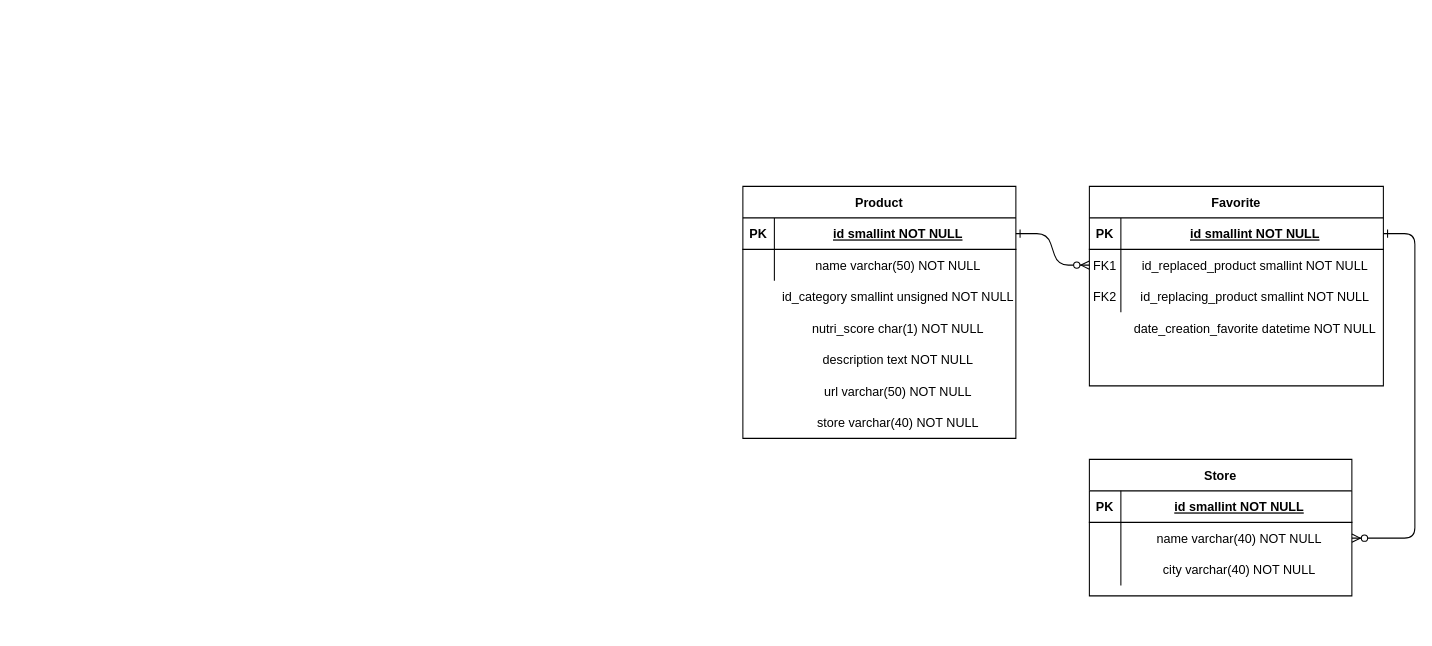
Before: Modèle EA BDD.drawio in vicsim181/Pur_Beurre, a draw.io diagram. Source tidied: cells renumbered, new cells numbered last; positions are measured from the earlier drawing's top-left corner, leaving out a move shared by most shapes. Both pictures are drawn from the tidied source at 105%, with x=0, y=0 at pixel (742, 186).
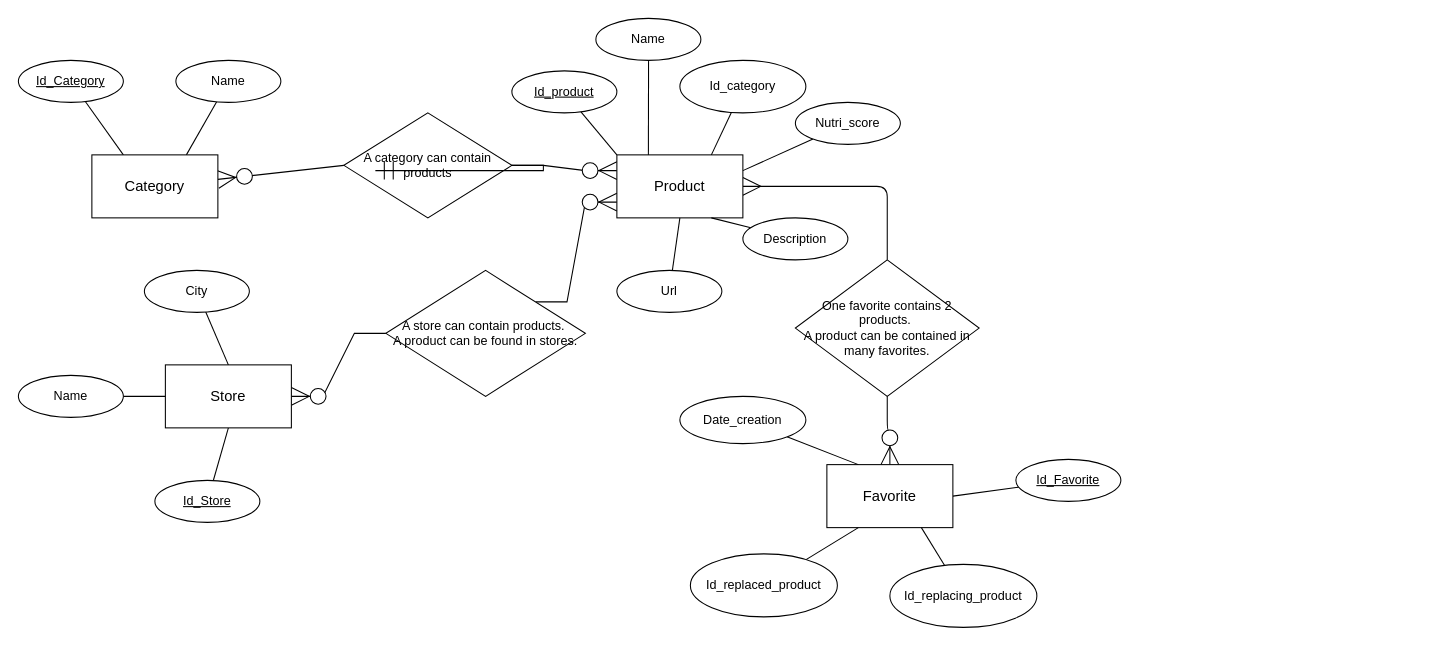
Above is the later version.

What changed in the source:
```diff
@@
-    <mxCell id="2" style="edgeStyle=entityRelationEdgeStyle;endArrow=ERzeroToMany;startArrow=ERone;endFill=1;startFill=0;" parent="1" edge="1" source="18" target="8">
+    <mxCell id="2" style="edgeStyle=orthogonalEdgeStyle;endArrow=ERzeroToMany;startArrow=none;endFill=1;startFill=0;strokeWidth=1;endSize=15;startSize=15;exitX=0.5;exitY=1;exitDx=0;exitDy=0;entryX=0.5;entryY=0;entryDx=0;entryDy=0;" parent="1" edge="1" source="39" target="4">
       <mxGeometry relative="1" as="geometry" />
     </mxCell>
-    <mxCell id="3" style="edgeStyle=entityRelationEdgeStyle;endArrow=ERzeroToMany;startArrow=ERone;endFill=1;startFill=0;" parent="1" edge="1" source="5" target="30">
-      <mxGeometry relative="1" as="geometry" />
-    </mxCell>
+    <mxCell id="37" style="edgeStyle=entityRelationEdgeStyle;rounded=0;jettySize=auto;html=1;entryX=0;entryY=0.75;entryDx=0;entryDy=0;startArrow=none;startFill=0;startSize=15;endArrow=ERzeroToMany;endFill=1;endSize=15;strokeWidth=1;exitX=1;exitY=0;exitDx=0;exitDy=0;" parent="1" edge="1" source="41" target="17">
+      <mxGeometry relative="1" as="geometry" />
+    </mxCell>
+    <mxCell id="38" style="edgeStyle=entityRelationEdgeStyle;rounded=0;jettySize=auto;html=1;startArrow=none;startFill=0;startSize=15;endArrow=ERzeroToMany;endFill=1;endSize=15;strokeWidth=1;exitX=1;exitY=0.5;exitDx=0;exitDy=0;entryX=0;entryY=0.25;entryDx=0;entryDy=0;" parent="1" edge="1" source="43" target="17">
+      <mxGeometry relative="1" as="geometry" />
+    </mxCell>
+    <mxCell id="39" value="One favorite contains 2 products.&amp;nbsp;&lt;br&gt;A product can be contained in many favorites." style="shape=rhombus;perimeter=rhombusPerimeter;whiteSpace=wrap;html=1;align=center;" parent="1" vertex="1">
+      <mxGeometry x="50" y="70" width="175" height="130" as="geometry" />
+    </mxCell>
+    <mxCell id="40" style="endArrow=none;startArrow=ERmany;endFill=0;startFill=0;strokeWidth=1;endSize=15;startSize=15;entryX=0.5;entryY=0;entryDx=0;entryDy=0;edgeStyle=orthogonalEdgeStyle;" parent="1" edge="1" source="17" target="39">
+      <mxGeometry relative="1" as="geometry" />
+    </mxCell>
+    <mxCell id="41" value="A store can contain products.&amp;nbsp;&lt;br&gt;A product can be found in stores." style="shape=rhombus;perimeter=rhombusPerimeter;whiteSpace=wrap;html=1;align=center;" parent="1" vertex="1">
+      <mxGeometry x="-340" y="80" width="190" height="120" as="geometry" />
+    </mxCell>
+    <mxCell id="42" style="rounded=0;jettySize=auto;html=1;entryX=0;entryY=0.5;entryDx=0;entryDy=0;startArrow=ERzeroToMany;startFill=1;startSize=15;endArrow=none;endFill=0;endSize=15;strokeWidth=1;edgeStyle=entityRelationEdgeStyle;" parent="1" edge="1" source="26" target="41">
+      <mxGeometry relative="1" as="geometry" />
+    </mxCell>
+    <mxCell id="43" value="A category can contain products" style="shape=rhombus;perimeter=rhombusPerimeter;whiteSpace=wrap;html=1;align=center;" parent="1" vertex="1">
+      <mxGeometry x="-380" y="-70" width="160" height="100" as="geometry" />
+    </mxCell>
+    <mxCell id="44" style="edgeStyle=entityRelationEdgeStyle;rounded=0;jettySize=auto;html=1;startArrow=ERmandOne;startFill=0;startSize=15;endArrow=none;endFill=0;endSize=15;strokeWidth=1;exitX=1;exitY=0.5;exitDx=0;exitDy=0;" parent="1" edge="1" target="43">
+      <mxGeometry relative="1" as="geometry">
+        <mxPoint x="-350" y="-15" as="sourcePoint" />
+      </mxGeometry>
+    </mxCell>
+    <mxCell id="45" style="edgeStyle=none;rounded=0;jettySize=auto;html=1;entryX=1;entryY=0.5;entryDx=0;entryDy=0;startArrow=none;startFill=0;startSize=15;endArrow=none;endFill=0;endSize=15;strokeWidth=1;fontSize=14;" parent="1" edge="1" source="46" target="4">
+      <mxGeometry relative="1" as="geometry" />
+    </mxCell>
+    <mxCell id="46" value="Id_Favorite" style="ellipse;whiteSpace=wrap;html=1;align=center;fontStyle=4;" parent="1" vertex="1">
+      <mxGeometry x="260" y="260" width="100" height="40" as="geometry" />
+    </mxCell>
+    <mxCell id="47" style="edgeStyle=none;rounded=0;jettySize=auto;html=1;entryX=0;entryY=0;entryDx=0;entryDy=0;startArrow=none;startFill=0;startSize=15;endArrow=none;endFill=0;endSize=15;strokeWidth=1;" parent="1" edge="1" source="48" target="17">
+      <mxGeometry relative="1" as="geometry" />
+    </mxCell>
+    <mxCell id="48" value="Id_product" style="ellipse;whiteSpace=wrap;html=1;align=center;fontStyle=4;" parent="1" vertex="1">
+      <mxGeometry x="-220" y="-110" width="100" height="40" as="geometry" />
+    </mxCell>
+    <mxCell id="49" style="edgeStyle=none;rounded=0;jettySize=auto;html=1;entryX=0.5;entryY=1;entryDx=0;entryDy=0;startArrow=none;startFill=0;startSize=15;endArrow=none;endFill=0;endSize=15;strokeWidth=1;fontSize=14;" parent="1" edge="1" source="50" target="26">
+      <mxGeometry relative="1" as="geometry" />
+    </mxCell>
+    <mxCell id="50" value="Id_Store" style="ellipse;whiteSpace=wrap;html=1;align=center;fontStyle=4;" parent="1" vertex="1">
+      <mxGeometry x="-560" y="280" width="100" height="40" as="geometry" />
+    </mxCell>
+    <mxCell id="51" style="rounded=0;jettySize=auto;html=1;entryX=0.25;entryY=0;entryDx=0;entryDy=0;startArrow=none;startFill=0;startSize=15;endArrow=none;endFill=0;endSize=15;strokeWidth=1;" parent="1" edge="1" source="52" target="56">
+      <mxGeometry relative="1" as="geometry" />
+    </mxCell>
+    <mxCell id="52" value="Id_Category" style="ellipse;whiteSpace=wrap;html=1;align=center;fontStyle=4;" parent="1" vertex="1">
+      <mxGeometry x="-690" y="-120" width="100" height="40" as="geometry" />
+    </mxCell>
+    <mxCell id="53" style="edgeStyle=none;rounded=0;jettySize=auto;html=1;entryX=0.75;entryY=0;entryDx=0;entryDy=0;startArrow=none;startFill=0;startSize=15;endArrow=none;endFill=0;endSize=15;strokeWidth=1;" parent="1" edge="1" source="54" target="56">
+      <mxGeometry relative="1" as="geometry" />
+    </mxCell>
+    <mxCell id="54" value="Name" style="ellipse;whiteSpace=wrap;html=1;align=center;" parent="1" vertex="1">
+      <mxGeometry x="-540" y="-120" width="100" height="40" as="geometry" />
+    </mxCell>
+    <mxCell id="55" style="edgeStyle=none;rounded=0;jettySize=auto;html=1;entryX=0;entryY=0.5;entryDx=0;entryDy=0;startArrow=ERzeroToMany;startFill=1;startSize=15;endArrow=none;endFill=0;endSize=15;strokeWidth=1;fontSize=14;" parent="1" edge="1" source="56" target="43">
+      <mxGeometry relative="1" as="geometry" />
+    </mxCell>
+    <mxCell id="56" value="Category" style="whiteSpace=wrap;html=1;align=center;fontSize=14;" parent="1" vertex="1">
+      <mxGeometry x="-620" y="-30" width="120" height="60" as="geometry" />
+    </mxCell>
+    <mxCell id="26" value="Store" style="whiteSpace=wrap;html=1;align=center;fontSize=14;" parent="1" vertex="1">
+      <mxGeometry x="-550" y="170" width="120" height="60" as="geometry" />
+    </mxCell>
+    <mxCell id="17" value="Product" style="whiteSpace=wrap;html=1;align=center;fontSize=14;" parent="1" vertex="1">
+      <mxGeometry x="-120" y="-30" width="120" height="60" as="geometry" />
+    </mxCell>
-    <mxCell id="4" value="Favorite" style="shape=table;startSize=30;childLayout=tableLayout;rowLines=0;fontStyle=1;align=center;" parent="1" vertex="1">
-      <mxGeometry x="330" width="280" height="190" as="geometry" />
+    <mxCell id="4" value="Favorite" style="whiteSpace=wrap;html=1;align=center;fontSize=14;" parent="1" vertex="1">
+      <mxGeometry x="80" y="265" width="120" height="60" as="geometry" />
     </mxCell>
-    <mxCell id="5" style="shape=partialRectangle;fillColor=none;points=[[0,0.5],[1,0.5]];portConstraint=eastwest;top=0;left=0;right=0;bottom=1;" parent="4" vertex="1">
-      <mxGeometry y="30" width="280" height="30" as="geometry" />
-    </mxCell>
-    <mxCell id="6" value="PK" style="shape=partialRectangle;overflow=hidden;fillColor=none;top=0;left=0;bottom=0;right=0;fontStyle=1;" parent="5" vertex="1">
-      <mxGeometry width="30" height="30" as="geometry" />
-    </mxCell>
-    <mxCell id="7" value="id smallint NOT NULL " style="shape=partialRectangle;overflow=hidden;fillColor=none;top=0;left=0;bottom=0;right=0;align=center;spacingLeft=6;fontStyle=5;" parent="5" vertex="1">
-      <mxGeometry x="30" width="250" height="30" as="geometry" />
-    </mxCell>
-    <mxCell id="8" style="shape=partialRectangle;fillColor=none;points=[[0,0.5],[1,0.5]];portConstraint=eastwest;top=0;left=0;right=0;bottom=0;" parent="4" vertex="1">
-      <mxGeometry y="60" width="280" height="30" as="geometry" />
-    </mxCell>
-    <mxCell id="9" value="FK1" style="shape=partialRectangle;overflow=hidden;fillColor=none;top=0;left=0;bottom=0;right=0;" parent="8" vertex="1">
-      <mxGeometry width="30" height="30" as="geometry" />
-    </mxCell>
-    <mxCell id="10" value="id_replaced_product smallint NOT NULL" style="shape=partialRectangle;overflow=hidden;fillColor=none;top=0;left=0;bottom=0;right=0;align=center;spacingLeft=6;" parent="8" vertex="1">
-      <mxGeometry x="30" width="250" height="30" as="geometry" />
-    </mxCell>
-    <mxCell id="11" style="shape=partialRectangle;fillColor=none;top=0;left=0;right=0;bottom=0;" parent="4" vertex="1">
-      <mxGeometry y="90" width="280" height="30" as="geometry" />
-    </mxCell>
-    <mxCell id="12" value="FK2" style="shape=partialRectangle;overflow=hidden;fillColor=none;top=0;left=0;bottom=0;right=0;" parent="11" vertex="1">
-      <mxGeometry width="30" height="30" as="geometry" />
-    </mxCell>
-    <mxCell id="13" value="id_replacing_product smallint NOT NULL" style="shape=partialRectangle;overflow=hidden;fillColor=none;top=0;left=0;bottom=0;right=0;align=center;spacingLeft=6;" parent="11" vertex="1">
-      <mxGeometry x="30" width="250" height="30" as="geometry" />
-    </mxCell>
-    <mxCell id="14" value="id_category smallint unsigned NOT NULL" style="shape=partialRectangle;overflow=hidden;fillColor=none;top=0;left=0;bottom=0;right=0;align=center;spacingLeft=6;" parent="1" vertex="1">
-      <mxGeometry x="30" y="90" width="230" height="30" as="geometry" />
-    </mxCell>
-    <mxCell id="15" value="nutri_score char(1) NOT NULL" style="shape=partialRectangle;overflow=hidden;fillColor=none;top=0;left=0;bottom=0;right=0;align=center;spacingLeft=6;" parent="1" vertex="1">
-      <mxGeometry x="30" y="120" width="230" height="30" as="geometry" />
-    </mxCell>
-    <mxCell id="16" value="description text NOT NULL" style="shape=partialRectangle;overflow=hidden;fillColor=none;top=0;left=0;bottom=0;right=0;align=center;spacingLeft=6;" parent="1" vertex="1">
-      <mxGeometry x="30" y="150" width="230" height="30" as="geometry" />
-    </mxCell>
-    <mxCell id="17" value="Product" style="shape=table;startSize=30;childLayout=tableLayout;rowLines=0;fontStyle=1;align=center;" parent="1" vertex="1">
-      <mxGeometry width="260" height="240" as="geometry" />
-    </mxCell>
-    <mxCell id="18" style="shape=partialRectangle;fillColor=none;points=[[0,0.5],[1,0.5]];portConstraint=eastwest;top=0;left=0;right=0;bottom=1;" parent="17" vertex="1">
-      <mxGeometry y="30" width="260" height="30" as="geometry" />
-    </mxCell>
-    <mxCell id="19" value="PK" style="shape=partialRectangle;overflow=hidden;fillColor=none;top=0;left=0;bottom=0;right=0;fontStyle=1;" parent="18" vertex="1">
-      <mxGeometry width="30" height="30" as="geometry" />
-    </mxCell>
-    <mxCell id="20" value="id smallint NOT NULL " style="shape=partialRectangle;overflow=hidden;fillColor=none;top=0;left=0;bottom=0;right=0;align=center;spacingLeft=6;fontStyle=5;" parent="18" vertex="1">
-      <mxGeometry x="30" width="230" height="30" as="geometry" />
-    </mxCell>
-    <mxCell id="21" style="shape=partialRectangle;fillColor=none;top=0;left=0;right=0;bottom=0;align=center;" parent="17" vertex="1">
-      <mxGeometry y="60" width="260" height="30" as="geometry" />
-    </mxCell>
-    <mxCell id="22" style="shape=partialRectangle;overflow=hidden;fillColor=none;top=0;left=0;bottom=0;right=0;" parent="21" vertex="1">
-      <mxGeometry width="30" height="30" as="geometry" />
-    </mxCell>
-    <mxCell id="23" value="name varchar(50) NOT NULL" style="shape=partialRectangle;overflow=hidden;fillColor=none;top=0;left=0;bottom=0;right=0;align=center;spacingLeft=6;" parent="21" vertex="1">
-      <mxGeometry x="30" width="230" height="30" as="geometry" />
-    </mxCell>
-    <mxCell id="24" value="url varchar(50) NOT NULL" style="shape=partialRectangle;overflow=hidden;fillColor=none;top=0;left=0;bottom=0;right=0;align=center;spacingLeft=6;" parent="1" vertex="1">
-      <mxGeometry x="30" y="180" width="230" height="30" as="geometry" />
-    </mxCell>
-    <mxCell id="25" value="store varchar(40) NOT NULL" style="shape=partialRectangle;overflow=hidden;fillColor=none;top=0;left=0;bottom=0;right=0;align=center;spacingLeft=6;" parent="1" vertex="1">
-      <mxGeometry x="30" y="210" width="230" height="30" as="geometry" />
-    </mxCell>
-    <mxCell id="26" value="Store" style="shape=table;startSize=30;childLayout=tableLayout;rowLines=0;fontStyle=1;align=center;" parent="1" vertex="1">
-      <mxGeometry x="330" y="260" width="250" height="130" as="geometry" />
-    </mxCell>
-    <mxCell id="27" style="shape=partialRectangle;fillColor=none;top=0;left=0;right=0;bottom=1;" parent="26" vertex="1">
-      <mxGeometry y="30" width="250" height="30" as="geometry" />
-    </mxCell>
-    <mxCell id="28" value="PK" style="shape=partialRectangle;overflow=hidden;fillColor=none;top=0;left=0;bottom=0;right=0;fontStyle=1;" parent="27" vertex="1">
-      <mxGeometry width="30" height="30" as="geometry" />
-    </mxCell>
-    <mxCell id="29" value="id smallint NOT NULL " style="shape=partialRectangle;overflow=hidden;fillColor=none;top=0;left=0;bottom=0;right=0;align=center;spacingLeft=6;fontStyle=5;" parent="27" vertex="1">
-      <mxGeometry x="30" width="220" height="30" as="geometry" />
-    </mxCell>
-    <mxCell id="30" style="shape=partialRectangle;fillColor=none;points=[[0,0.5],[1,0.5]];portConstraint=eastwest;top=0;left=0;right=0;bottom=0;" parent="26" vertex="1">
-      <mxGeometry y="60" width="250" height="30" as="geometry" />
-    </mxCell>
-    <mxCell id="31" style="shape=partialRectangle;overflow=hidden;fillColor=none;top=0;left=0;bottom=0;right=0;" parent="30" vertex="1">
-      <mxGeometry width="30" height="30" as="geometry" />
-    </mxCell>
-    <mxCell id="32" value="name varchar(40) NOT NULL" style="shape=partialRectangle;overflow=hidden;fillColor=none;top=0;left=0;bottom=0;right=0;align=center;spacingLeft=6;" parent="30" vertex="1">
-      <mxGeometry x="30" width="220" height="30" as="geometry" />
-    </mxCell>
-    <mxCell id="33" style="shape=partialRectangle;fillColor=none;top=0;left=0;right=0;bottom=0;" parent="26" vertex="1">
-      <mxGeometry y="90" width="250" height="30" as="geometry" />
-    </mxCell>
-    <mxCell id="34" style="shape=partialRectangle;overflow=hidden;fillColor=none;top=0;left=0;bottom=0;right=0;" parent="33" vertex="1">
-      <mxGeometry width="30" height="30" as="geometry" />
-    </mxCell>
-    <mxCell id="35" value="city varchar(40) NOT NULL" style="shape=partialRectangle;overflow=hidden;fillColor=none;top=0;left=0;bottom=0;right=0;align=center;spacingLeft=6;" parent="33" vertex="1">
-      <mxGeometry x="30" width="220" height="30" as="geometry" />
-    </mxCell>
-    <mxCell id="36" value="date_creation_favorite datetime NOT NULL" style="shape=partialRectangle;overflow=hidden;fillColor=none;top=0;left=0;bottom=0;right=0;align=center;spacingLeft=6;" parent="1" vertex="1">
-      <mxGeometry x="360" y="120" width="250" height="30" as="geometry" />
-    </mxCell>
+    <mxCell id="57" style="edgeStyle=none;rounded=0;jettySize=auto;html=1;startArrow=none;startFill=0;startSize=15;endArrow=none;endFill=0;endSize=15;strokeWidth=1;fontSize=14;entryX=0;entryY=0.5;entryDx=0;entryDy=0;" parent="1" edge="1" source="58" target="26">
+      <mxGeometry relative="1" as="geometry" />
+    </mxCell>
+    <mxCell id="58" value="Name" style="ellipse;whiteSpace=wrap;html=1;align=center;" parent="1" vertex="1">
+      <mxGeometry x="-690" y="180" width="100" height="40" as="geometry" />
+    </mxCell>
+    <mxCell id="59" style="edgeStyle=none;rounded=0;jettySize=auto;html=1;entryX=0.5;entryY=0;entryDx=0;entryDy=0;startArrow=none;startFill=0;startSize=15;endArrow=none;endFill=0;endSize=15;strokeWidth=1;fontSize=14;" parent="1" edge="1" source="60" target="26">
+      <mxGeometry relative="1" as="geometry" />
+    </mxCell>
+    <mxCell id="60" value="City" style="ellipse;whiteSpace=wrap;html=1;align=center;" parent="1" vertex="1">
+      <mxGeometry x="-570" y="80" width="100" height="40" as="geometry" />
+    </mxCell>
+    <mxCell id="61" style="edgeStyle=none;rounded=0;jettySize=auto;html=1;entryX=0.75;entryY=1;entryDx=0;entryDy=0;startArrow=none;startFill=0;startSize=15;endArrow=none;endFill=0;endSize=15;strokeWidth=1;fontSize=14;" parent="1" edge="1" source="62" target="4">
+      <mxGeometry relative="1" as="geometry" />
+    </mxCell>
+    <mxCell id="62" value="Id_replacing_product" style="ellipse;whiteSpace=wrap;html=1;align=center;" parent="1" vertex="1">
+      <mxGeometry x="140" y="360" width="140" height="60" as="geometry" />
+    </mxCell>
+    <mxCell id="63" style="edgeStyle=none;rounded=0;jettySize=auto;html=1;entryX=0.25;entryY=1;entryDx=0;entryDy=0;startArrow=none;startFill=0;startSize=15;endArrow=none;endFill=0;endSize=15;strokeWidth=1;fontSize=14;" parent="1" edge="1" source="64" target="4">
+      <mxGeometry relative="1" as="geometry" />
+    </mxCell>
+    <mxCell id="64" value="Id_replaced_product" style="ellipse;whiteSpace=wrap;html=1;align=center;" parent="1" vertex="1">
+      <mxGeometry x="-50" y="350" width="140" height="60" as="geometry" />
+    </mxCell>
+    <mxCell id="65" style="edgeStyle=none;rounded=0;jettySize=auto;html=1;entryX=0.25;entryY=0;entryDx=0;entryDy=0;startArrow=none;startFill=0;startSize=15;endArrow=none;endFill=0;endSize=15;strokeWidth=1;fontSize=14;" parent="1" edge="1" source="66" target="4">
+      <mxGeometry relative="1" as="geometry" />
+    </mxCell>
+    <mxCell id="66" value="Date_creation" style="ellipse;whiteSpace=wrap;html=1;align=center;" parent="1" vertex="1">
+      <mxGeometry x="-60" y="200" width="120" height="45" as="geometry" />
+    </mxCell>
+    <mxCell id="67" style="edgeStyle=none;rounded=0;jettySize=auto;html=1;entryX=0.25;entryY=0;entryDx=0;entryDy=0;startArrow=none;startFill=0;startSize=15;endArrow=none;endFill=0;endSize=15;strokeWidth=1;fontSize=14;" parent="1" edge="1" source="68" target="17">
+      <mxGeometry relative="1" as="geometry" />
+    </mxCell>
+    <mxCell id="68" value="Name" style="ellipse;whiteSpace=wrap;html=1;align=center;" parent="1" vertex="1">
+      <mxGeometry x="-140" y="-160" width="100" height="40" as="geometry" />
+    </mxCell>
+    <mxCell id="69" style="edgeStyle=none;rounded=0;jettySize=auto;html=1;entryX=0.75;entryY=0;entryDx=0;entryDy=0;startArrow=none;startFill=0;startSize=15;endArrow=none;endFill=0;endSize=15;strokeWidth=1;fontSize=14;" parent="1" edge="1" source="70" target="17">
+      <mxGeometry relative="1" as="geometry" />
+    </mxCell>
+    <mxCell id="70" value="Id_category" style="ellipse;whiteSpace=wrap;html=1;align=center;" parent="1" vertex="1">
+      <mxGeometry x="-60" y="-120" width="120" height="50" as="geometry" />
+    </mxCell>
+    <mxCell id="71" style="edgeStyle=none;rounded=0;jettySize=auto;html=1;entryX=1;entryY=0.25;entryDx=0;entryDy=0;startArrow=none;startFill=0;startSize=15;endArrow=none;endFill=0;endSize=15;strokeWidth=1;fontSize=14;" parent="1" edge="1" source="72" target="17">
+      <mxGeometry relative="1" as="geometry" />
+    </mxCell>
+    <mxCell id="72" value="Nutri_score" style="ellipse;whiteSpace=wrap;html=1;align=center;" parent="1" vertex="1">
+      <mxGeometry x="50" y="-80" width="100" height="40" as="geometry" />
+    </mxCell>
+    <mxCell id="73" style="edgeStyle=none;rounded=0;jettySize=auto;html=1;startArrow=none;startFill=0;startSize=15;endArrow=none;endFill=0;endSize=15;strokeWidth=1;fontSize=14;entryX=0.75;entryY=1;entryDx=0;entryDy=0;" parent="1" edge="1" source="74" target="17">
+      <mxGeometry relative="1" as="geometry" />
+    </mxCell>
+    <mxCell id="74" value="Description" style="ellipse;whiteSpace=wrap;html=1;align=center;" parent="1" vertex="1">
+      <mxGeometry y="30" width="100" height="40" as="geometry" />
+    </mxCell>
+    <mxCell id="75" style="edgeStyle=none;rounded=0;jettySize=auto;html=1;entryX=0.5;entryY=1;entryDx=0;entryDy=0;startArrow=none;startFill=0;startSize=15;endArrow=none;endFill=0;endSize=15;strokeWidth=1;fontSize=14;" parent="1" edge="1" source="76" target="17">
+      <mxGeometry relative="1" as="geometry" />
+    </mxCell>
+    <mxCell id="76" value="Url" style="ellipse;whiteSpace=wrap;html=1;align=center;" parent="1" vertex="1">
+      <mxGeometry x="-120" y="80" width="100" height="40" as="geometry" />
+    </mxCell>
```
